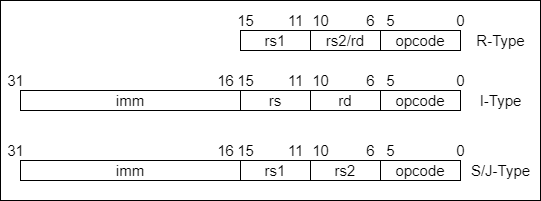
The draw.io diagram docs/instruction_formats.drawio.png in kkinos/ktc32, before a commit. Source tidied: cells renumbered, new cells last; positions are measured from the earlier drawing's top-left corner, leaving out a move shared by most shapes.
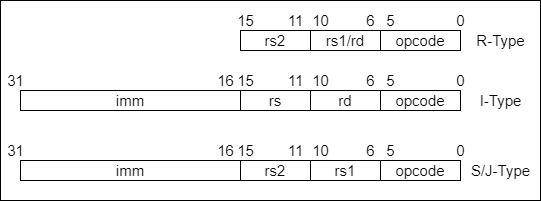
Above is the later version.

Diff of the diagram source:
```diff
@@ -17,10 +17,10 @@
     <mxCell id="6" value="R-Type" style="text;html=1;align=center;verticalAlign=middle;strokeColor=none;fillColor=none;fontSize=15;" parent="1" vertex="1">
       <mxGeometry x="470" y="30" width="60" height="20" as="geometry" />
     </mxCell>
-    <mxCell id="7" value="&lt;font style=&quot;font-size: 15px&quot;&gt;rs2/rd&lt;/font&gt;" style="rounded=0;whiteSpace=wrap;html=1;" parent="1" vertex="1">
+    <mxCell id="7" value="&lt;font style=&quot;font-size: 15px&quot;&gt;rs1/rd&lt;/font&gt;" style="rounded=0;whiteSpace=wrap;html=1;" parent="1" vertex="1">
       <mxGeometry x="310" y="30" width="70" height="20" as="geometry" />
     </mxCell>
-    <mxCell id="8" value="&lt;font style=&quot;font-size: 15px&quot;&gt;rs1&lt;/font&gt;" style="rounded=0;whiteSpace=wrap;html=1;" parent="1" vertex="1">
+    <mxCell id="8" value="&lt;font style=&quot;font-size: 15px&quot;&gt;rs2&lt;/font&gt;" style="rounded=0;whiteSpace=wrap;html=1;" parent="1" vertex="1">
       <mxGeometry x="240" y="30" width="70" height="20" as="geometry" />
     </mxCell>
     <mxCell id="9" value="6" style="text;html=1;align=center;verticalAlign=middle;strokeColor=none;fillColor=none;fontSize=15;" parent="1" vertex="1">
@@ -86,10 +86,10 @@
     <mxCell id="29" value="S/J-Type" style="text;html=1;align=center;verticalAlign=middle;strokeColor=none;fillColor=none;fontSize=15;" parent="1" vertex="1">
       <mxGeometry x="465" y="160" width="70" height="20" as="geometry" />
     </mxCell>
-    <mxCell id="30" value="&lt;font style=&quot;font-size: 15px&quot;&gt;rs2&lt;/font&gt;" style="rounded=0;whiteSpace=wrap;html=1;" parent="1" vertex="1">
+    <mxCell id="30" value="&lt;font style=&quot;font-size: 15px&quot;&gt;rs1&lt;/font&gt;" style="rounded=0;whiteSpace=wrap;html=1;" parent="1" vertex="1">
       <mxGeometry x="310" y="160" width="70" height="20" as="geometry" />
     </mxCell>
-    <mxCell id="31" value="&lt;font style=&quot;font-size: 15px&quot;&gt;rs1&lt;/font&gt;" style="rounded=0;whiteSpace=wrap;html=1;" parent="1" vertex="1">
+    <mxCell id="31" value="&lt;font style=&quot;font-size: 15px&quot;&gt;rs2&lt;/font&gt;" style="rounded=0;whiteSpace=wrap;html=1;" parent="1" vertex="1">
       <mxGeometry x="240" y="160" width="70" height="20" as="geometry" />
     </mxCell>
     <mxCell id="32" value="6" style="text;html=1;align=center;verticalAlign=middle;strokeColor=none;fillColor=none;fontSize=15;" parent="1" vertex="1">
```
